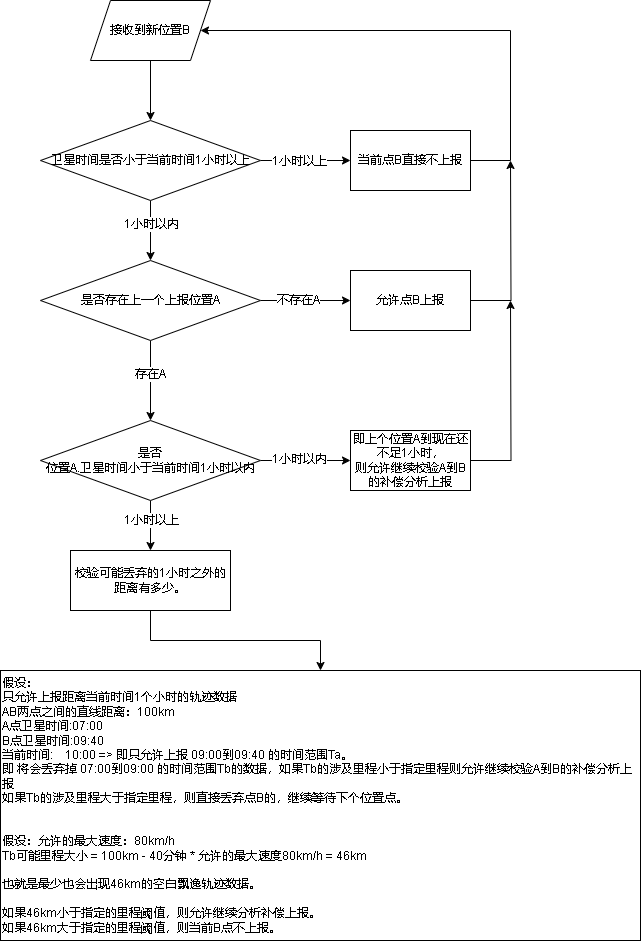
This is 809轨迹时间异常.drawio.png from xktder/draw, a draw.io export, as it was before one commit. Source tidied: cells renumbered, new cells last; positions are measured from the earlier drawing's top-left corner, leaving out a move shared by most shapes.
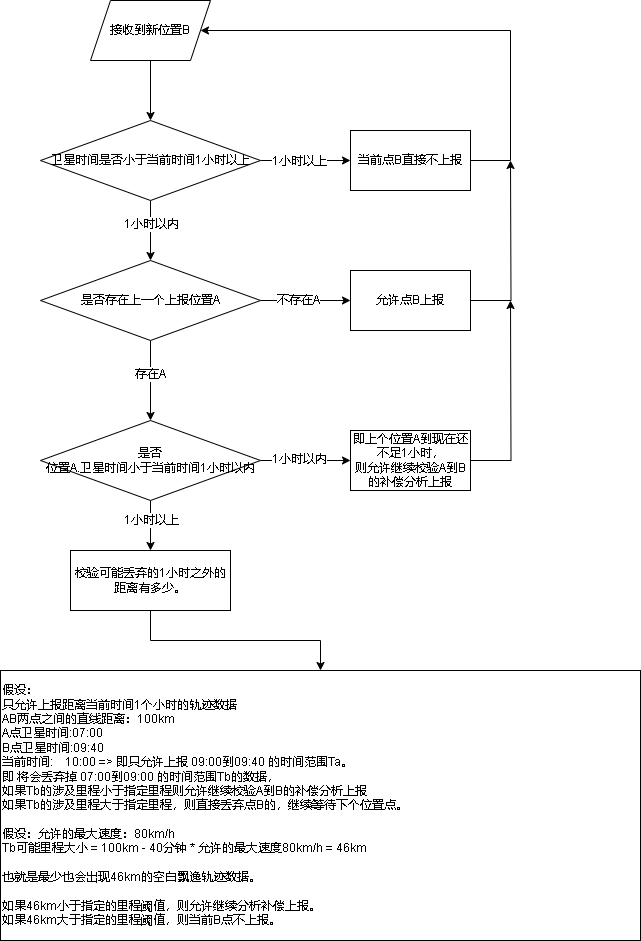
After the change.

Commit message:
更新809轨迹时间异常.drawio.png

What changed in the source:
```diff
@@ -86,7 +86,7 @@
     <mxCell id="26" value="校验可能丢弃的1小时之外的距离有多少。" style="rounded=0;whiteSpace=wrap;html=1;" parent="1" vertex="1">
       <mxGeometry x="70" y="550" width="160" height="60" as="geometry" />
     </mxCell>
-    <mxCell id="27" value="&lt;div&gt;假设：&lt;/div&gt;&lt;div&gt;只允许上报距离当前时间1个小时的轨迹数据&lt;span style=&quot;&quot;&gt;&lt;/span&gt;&lt;/div&gt;&lt;div&gt;&lt;span style=&quot;&quot;&gt;AB两点之间的直线距离：100km&lt;/span&gt;&lt;/div&gt;&lt;div&gt;&lt;span style=&quot;&quot;&gt;A点卫星时间:07:00&lt;/span&gt;&lt;/div&gt;&lt;div&gt;&lt;span style=&quot;&quot;&gt;B点卫星时间:09:40&lt;/span&gt;&lt;/div&gt;&lt;div&gt;&lt;span style=&quot;&quot;&gt;当前时间:&lt;span style=&quot;&quot;&gt;&lt;span style=&quot;white-space: pre;&quot;&gt;&amp;nbsp;&amp;nbsp;&amp;nbsp;&amp;nbsp;&lt;/span&gt;&lt;/span&gt;10:00 =&amp;gt; 即只允许上报 09:00到09:40 的时间范围Ta。&lt;/span&gt;&lt;/div&gt;&lt;div&gt;&lt;span style=&quot;&quot;&gt;即 将会丢弃掉 07:00到09:00 的时间范围Tb的数据，如果Tb的涉及里程小于指定里程则允许继续校验A到B的补偿分析上报&lt;/span&gt;&lt;/div&gt;&lt;div&gt;&lt;span style=&quot;&quot;&gt;如果Tb的涉及里程大于指定里程，则直接丢弃点B的，继续等待下个位置点。&lt;/span&gt;&lt;/div&gt;&lt;div&gt;&lt;span style=&quot;&quot;&gt;&lt;span style=&quot;white-space: pre;&quot;&gt;&amp;nbsp;&amp;nbsp;&amp;nbsp;&amp;nbsp;&lt;/span&gt;&lt;span style=&quot;white-space: pre;&quot;&gt;&amp;nbsp;&amp;nbsp;&amp;nbsp;&amp;nbsp;&lt;/span&gt;&lt;span style=&quot;white-space: pre;&quot;&gt;&amp;nbsp;&amp;nbsp;&amp;nbsp;&amp;nbsp;&lt;/span&gt;&lt;span style=&quot;white-space: pre;&quot;&gt;&amp;nbsp;&amp;nbsp;&amp;nbsp;&amp;nbsp;&lt;/span&gt;&lt;span style=&quot;white-space: pre;&quot;&gt;&amp;nbsp;&amp;nbsp;&amp;nbsp;&amp;nbsp;&lt;/span&gt;&lt;span style=&quot;white-space: pre;&quot;&gt;&amp;nbsp;&amp;nbsp;&amp;nbsp;&amp;nbsp;&lt;/span&gt;&lt;span style=&quot;white-space: pre;&quot;&gt;&amp;nbsp;&amp;nbsp;&amp;nbsp;&amp;nbsp;&lt;/span&gt;&lt;span style=&quot;white-space: pre;&quot;&gt;&amp;nbsp;&amp;nbsp;&amp;nbsp;&amp;nbsp;&lt;/span&gt;&lt;span style=&quot;white-space: pre;&quot;&gt;&amp;nbsp;&amp;nbsp;&amp;nbsp;&amp;nbsp;&lt;/span&gt;&lt;span style=&quot;white-space: pre;&quot;&gt;&amp;nbsp;&amp;nbsp;&amp;nbsp;&amp;nbsp;&lt;/span&gt;&lt;span style=&quot;white-space: pre;&quot;&gt;&amp;nbsp;&amp;nbsp;&amp;nbsp;&amp;nbsp;&lt;/span&gt;&lt;span style=&quot;white-space: pre;&quot;&gt;&amp;nbsp;&amp;nbsp;&amp;nbsp;&amp;nbsp;&lt;/span&gt;&lt;span style=&quot;white-space: pre;&quot;&gt;&amp;nbsp;&amp;nbsp;&amp;nbsp;&amp;nbsp;&lt;/span&gt;&lt;span style=&quot;white-space: pre;&quot;&gt;&amp;nbsp;&amp;nbsp;&amp;nbsp;&amp;nbsp;&lt;/span&gt;&lt;span style=&quot;white-space: pre;&quot;&gt;&amp;nbsp;&amp;nbsp;&amp;nbsp;&amp;nbsp;&lt;/span&gt;&lt;span style=&quot;white-space: pre;&quot;&gt;&amp;nbsp;&amp;nbsp;&amp;nbsp;&amp;nbsp;&lt;/span&gt;&lt;span style=&quot;white-space: pre;&quot;&gt;&amp;nbsp;&amp;nbsp;&amp;nbsp;&amp;nbsp;&lt;/span&gt;&lt;span style=&quot;white-space: pre;&quot;&gt;&amp;nbsp;&amp;nbsp;&amp;nbsp;&amp;nbsp;&lt;/span&gt;&lt;/span&gt;&lt;/div&gt;&lt;div&gt;&lt;span style=&quot;&quot;&gt;&lt;span style=&quot;white-space: pre;&quot;&gt;&amp;nbsp;&amp;nbsp;&amp;nbsp;&amp;nbsp;&lt;/span&gt;&lt;span style=&quot;white-space: pre;&quot;&gt;&amp;nbsp;&amp;nbsp;&amp;nbsp;&amp;nbsp;&lt;/span&gt;&lt;span style=&quot;white-space: pre;&quot;&gt;&amp;nbsp;&amp;nbsp;&amp;nbsp;&amp;nbsp;&lt;/span&gt;&lt;span style=&quot;white-space: pre;&quot;&gt;&amp;nbsp;&amp;nbsp;&amp;nbsp;&amp;nbsp;&lt;/span&gt;&lt;span style=&quot;white-space: pre;&quot;&gt;&amp;nbsp;&amp;nbsp;&amp;nbsp;&amp;nbsp;&lt;/span&gt;&lt;span style=&quot;white-space: pre;&quot;&gt;&amp;nbsp;&amp;nbsp;&amp;nbsp;&amp;nbsp;&lt;/span&gt;&lt;span style=&quot;white-space: pre;&quot;&gt;&amp;nbsp;&amp;nbsp;&amp;nbsp;&amp;nbsp;&lt;/span&gt;&lt;span style=&quot;white-space: pre;&quot;&gt;&amp;nbsp;&amp;nbsp;&amp;nbsp;&amp;nbsp;&lt;/span&gt;&lt;span style=&quot;white-space: pre;&quot;&gt;&amp;nbsp;&amp;nbsp;&amp;nbsp;&amp;nbsp;&lt;/span&gt;&lt;span style=&quot;white-space: pre;&quot;&gt;&amp;nbsp;&amp;nbsp;&amp;nbsp;&amp;nbsp;&lt;/span&gt;&lt;span style=&quot;white-space: pre;&quot;&gt;&amp;nbsp;&amp;nbsp;&amp;nbsp;&amp;nbsp;&lt;/span&gt;&lt;span style=&quot;white-space: pre;&quot;&gt;&amp;nbsp;&amp;nbsp;&amp;nbsp;&amp;nbsp;&lt;/span&gt;&lt;span style=&quot;white-space: pre;&quot;&gt;&amp;nbsp;&amp;nbsp;&amp;nbsp;&amp;nbsp;&lt;/span&gt;&lt;span style=&quot;white-space: pre;&quot;&gt;&amp;nbsp;&amp;nbsp;&amp;nbsp;&amp;nbsp;&lt;/span&gt;&lt;span style=&quot;white-space: pre;&quot;&gt;&amp;nbsp;&amp;nbsp;&amp;nbsp;&amp;nbsp;&lt;/span&gt;&lt;span style=&quot;white-space: pre;&quot;&gt;&amp;nbsp;&amp;nbsp;&amp;nbsp;&amp;nbsp;&lt;/span&gt;&lt;span style=&quot;white-space: pre;&quot;&gt;&amp;nbsp;&amp;nbsp;&amp;nbsp;&amp;nbsp;&lt;/span&gt;&lt;span style=&quot;white-space: pre;&quot;&gt;&amp;nbsp;&amp;nbsp;&amp;nbsp;&amp;nbsp;&lt;/span&gt;&lt;/span&gt;&lt;/div&gt;&lt;div&gt;&lt;span style=&quot;&quot;&gt;假设：允许的最大速度：80km/h&lt;/span&gt;&lt;/div&gt;&lt;div&gt;&lt;span style=&quot;&quot;&gt;Tb可能里程大小 = 100km - 40分钟 * 允许的最大速度80km/h = 46km&lt;/span&gt;&lt;/div&gt;&lt;div&gt;&lt;span style=&quot;&quot;&gt;&lt;span style=&quot;white-space: pre;&quot;&gt;&amp;nbsp;&amp;nbsp;&amp;nbsp;&amp;nbsp;&lt;/span&gt;&lt;span style=&quot;white-space: pre;&quot;&gt;&amp;nbsp;&amp;nbsp;&amp;nbsp;&amp;nbsp;&lt;/span&gt;&lt;span style=&quot;white-space: pre;&quot;&gt;&amp;nbsp;&amp;nbsp;&amp;nbsp;&amp;nbsp;&lt;/span&gt;&lt;span style=&quot;white-space: pre;&quot;&gt;&amp;nbsp;&amp;nbsp;&amp;nbsp;&amp;nbsp;&lt;/span&gt;&lt;span style=&quot;white-space: pre;&quot;&gt;&amp;nbsp;&amp;nbsp;&amp;nbsp;&amp;nbsp;&lt;/span&gt;&lt;span style=&quot;white-space: pre;&quot;&gt;&amp;nbsp;&amp;nbsp;&amp;nbsp;&amp;nbsp;&lt;/span&gt;&lt;span style=&quot;white-space: pre;&quot;&gt;&amp;nbsp;&amp;nbsp;&amp;nbsp;&amp;nbsp;&lt;/span&gt;&lt;span style=&quot;white-space: pre;&quot;&gt;&amp;nbsp;&amp;nbsp;&amp;nbsp;&amp;nbsp;&lt;/span&gt;&lt;span style=&quot;white-space: pre;&quot;&gt;&amp;nbsp;&amp;nbsp;&amp;nbsp;&amp;nbsp;&lt;/span&gt;&lt;span style=&quot;white-space: pre;&quot;&gt;&amp;nbsp;&amp;nbsp;&amp;nbsp;&amp;nbsp;&lt;/span&gt;&lt;span style=&quot;white-space: pre;&quot;&gt;&amp;nbsp;&amp;nbsp;&amp;nbsp;&amp;nbsp;&lt;/span&gt;&lt;span style=&quot;white-space: pre;&quot;&gt;&amp;nbsp;&amp;nbsp;&amp;nbsp;&amp;nbsp;&lt;/span&gt;&lt;span style=&quot;white-space: pre;&quot;&gt;&amp;nbsp;&amp;nbsp;&amp;nbsp;&amp;nbsp;&lt;/span&gt;&lt;span style=&quot;white-space: pre;&quot;&gt;&amp;nbsp;&amp;nbsp;&amp;nbsp;&amp;nbsp;&lt;/span&gt;&lt;span style=&quot;white-space: pre;&quot;&gt;&amp;nbsp;&amp;nbsp;&amp;nbsp;&amp;nbsp;&lt;/span&gt;&lt;span style=&quot;white-space: pre;&quot;&gt;&amp;nbsp;&amp;nbsp;&amp;nbsp;&amp;nbsp;&lt;/span&gt;&lt;span style=&quot;white-space: pre;&quot;&gt;&amp;nbsp;&amp;nbsp;&amp;nbsp;&amp;nbsp;&lt;/span&gt;&lt;span style=&quot;white-space: pre;&quot;&gt;&amp;nbsp;&amp;nbsp;&amp;nbsp;&amp;nbsp;&lt;/span&gt;&lt;/span&gt;&lt;/div&gt;&lt;div&gt;&lt;span style=&quot;&quot;&gt;也就是最少也会出现46km的空白飘逸轨迹数据。&lt;/span&gt;&lt;/div&gt;&lt;div&gt;&lt;span style=&quot;&quot;&gt;&lt;span style=&quot;white-space: pre;&quot;&gt;&amp;nbsp;&amp;nbsp;&amp;nbsp;&amp;nbsp;&lt;/span&gt;&lt;span style=&quot;white-space: pre;&quot;&gt;&amp;nbsp;&amp;nbsp;&amp;nbsp;&amp;nbsp;&lt;/span&gt;&lt;span style=&quot;white-space: pre;&quot;&gt;&amp;nbsp;&amp;nbsp;&amp;nbsp;&amp;nbsp;&lt;/span&gt;&lt;span style=&quot;white-space: pre;&quot;&gt;&amp;nbsp;&amp;nbsp;&amp;nbsp;&amp;nbsp;&lt;/span&gt;&lt;span style=&quot;white-space: pre;&quot;&gt;&amp;nbsp;&amp;nbsp;&amp;nbsp;&amp;nbsp;&lt;/span&gt;&lt;span style=&quot;white-space: pre;&quot;&gt;&amp;nbsp;&amp;nbsp;&amp;nbsp;&amp;nbsp;&lt;/span&gt;&lt;span style=&quot;white-space: pre;&quot;&gt;&amp;nbsp;&amp;nbsp;&amp;nbsp;&amp;nbsp;&lt;/span&gt;&lt;span style=&quot;white-space: pre;&quot;&gt;&amp;nbsp;&amp;nbsp;&amp;nbsp;&amp;nbsp;&lt;/span&gt;&lt;span style=&quot;white-space: pre;&quot;&gt;&amp;nbsp;&amp;nbsp;&amp;nbsp;&amp;nbsp;&lt;/span&gt;&lt;span style=&quot;white-space: pre;&quot;&gt;&amp;nbsp;&amp;nbsp;&amp;nbsp;&amp;nbsp;&lt;/span&gt;&lt;span style=&quot;white-space: pre;&quot;&gt;&amp;nbsp;&amp;nbsp;&amp;nbsp;&amp;nbsp;&lt;/span&gt;&lt;span style=&quot;white-space: pre;&quot;&gt;&amp;nbsp;&amp;nbsp;&amp;nbsp;&amp;nbsp;&lt;/span&gt;&lt;span style=&quot;white-space: pre;&quot;&gt;&amp;nbsp;&amp;nbsp;&amp;nbsp;&amp;nbsp;&lt;/span&gt;&lt;span style=&quot;white-space: pre;&quot;&gt;&amp;nbsp;&amp;nbsp;&amp;nbsp;&amp;nbsp;&lt;/span&gt;&lt;span style=&quot;white-space: pre;&quot;&gt;&amp;nbsp;&amp;nbsp;&amp;nbsp;&amp;nbsp;&lt;/span&gt;&lt;span style=&quot;white-space: pre;&quot;&gt;&amp;nbsp;&amp;nbsp;&amp;nbsp;&amp;nbsp;&lt;/span&gt;&lt;span style=&quot;white-space: pre;&quot;&gt;&amp;nbsp;&amp;nbsp;&amp;nbsp;&amp;nbsp;&lt;/span&gt;&lt;span style=&quot;white-space: pre;&quot;&gt;&amp;nbsp;&amp;nbsp;&amp;nbsp;&amp;nbsp;&lt;/span&gt;&lt;/span&gt;&lt;/div&gt;&lt;div&gt;&lt;span style=&quot;&quot;&gt;如果46km小于指定的里程阈值，则允许继续分析补偿上报。&lt;/span&gt;&lt;/div&gt;&lt;div&gt;&lt;span style=&quot;&quot;&gt;如果46km大于指定的里程阈值，则当前B点不上报。&lt;/span&gt;&lt;/div&gt;" style="rounded=0;whiteSpace=wrap;html=1;align=left;" parent="1" vertex="1">
+    <mxCell id="27" value="&lt;div&gt;假设：&lt;/div&gt;&lt;div&gt;只允许上报距离当前时间1个小时的轨迹数据&lt;span style=&quot;&quot;&gt;&lt;/span&gt;&lt;/div&gt;&lt;div&gt;&lt;span style=&quot;&quot;&gt;AB两点之间的直线距离：100km&lt;/span&gt;&lt;/div&gt;&lt;div&gt;&lt;span style=&quot;&quot;&gt;A点卫星时间:07:00&lt;/span&gt;&lt;/div&gt;&lt;div&gt;&lt;span style=&quot;&quot;&gt;B点卫星时间:09:40&lt;/span&gt;&lt;/div&gt;&lt;div&gt;&lt;span style=&quot;&quot;&gt;当前时间:&lt;span style=&quot;&quot;&gt;&lt;span style=&quot;white-space: pre;&quot;&gt;&amp;nbsp;&amp;nbsp;&amp;nbsp;&amp;nbsp;&lt;/span&gt;&lt;/span&gt;10:00 =&amp;gt; 即只允许上报 09:00到09:40 的时间范围Ta。&lt;/span&gt;&lt;/div&gt;&lt;div&gt;&lt;span style=&quot;&quot;&gt;即 将会丢弃掉 07:00到09:00 的时间范围Tb的数据，&lt;/span&gt;&lt;/div&gt;&lt;div&gt;&lt;span style=&quot;&quot;&gt;如果Tb的涉及里程小于指定里程则允许继续校验A到B的补偿分析上报&lt;/span&gt;&lt;/div&gt;&lt;div&gt;&lt;span style=&quot;&quot;&gt;如果Tb的涉及里程大于指定里程，则直接丢弃点B的，继续等待下个位置点。&lt;/span&gt;&lt;/div&gt;&lt;div&gt;&lt;span style=&quot;&quot;&gt;&lt;span style=&quot;white-space: pre;&quot;&gt;&amp;nbsp;&amp;nbsp;&amp;nbsp;&amp;nbsp;&lt;/span&gt;&lt;span style=&quot;white-space: pre;&quot;&gt;&amp;nbsp;&amp;nbsp;&amp;nbsp;&amp;nbsp;&lt;/span&gt;&lt;span style=&quot;white-space: pre;&quot;&gt;&amp;nbsp;&amp;nbsp;&amp;nbsp;&amp;nbsp;&lt;/span&gt;&lt;span style=&quot;white-space: pre;&quot;&gt;&amp;nbsp;&amp;nbsp;&amp;nbsp;&amp;nbsp;&lt;/span&gt;&lt;span style=&quot;white-space: pre;&quot;&gt;&amp;nbsp;&amp;nbsp;&amp;nbsp;&amp;nbsp;&lt;/span&gt;&lt;span style=&quot;white-space: pre;&quot;&gt;&amp;nbsp;&amp;nbsp;&amp;nbsp;&amp;nbsp;&lt;/span&gt;&lt;span style=&quot;white-space: pre;&quot;&gt;&amp;nbsp;&amp;nbsp;&amp;nbsp;&amp;nbsp;&lt;/span&gt;&lt;span style=&quot;white-space: pre;&quot;&gt;&amp;nbsp;&amp;nbsp;&amp;nbsp;&amp;nbsp;&lt;/span&gt;&lt;span style=&quot;white-space: pre;&quot;&gt;&amp;nbsp;&amp;nbsp;&amp;nbsp;&amp;nbsp;&lt;/span&gt;&lt;span style=&quot;white-space: pre;&quot;&gt;&amp;nbsp;&amp;nbsp;&amp;nbsp;&amp;nbsp;&lt;/span&gt;&lt;span style=&quot;white-space: pre;&quot;&gt;&amp;nbsp;&amp;nbsp;&amp;nbsp;&amp;nbsp;&lt;/span&gt;&lt;span style=&quot;white-space: pre;&quot;&gt;&amp;nbsp;&amp;nbsp;&amp;nbsp;&amp;nbsp;&lt;/span&gt;&lt;span style=&quot;white-space: pre;&quot;&gt;&amp;nbsp;&amp;nbsp;&amp;nbsp;&amp;nbsp;&lt;/span&gt;&lt;span style=&quot;white-space: pre;&quot;&gt;&amp;nbsp;&amp;nbsp;&amp;nbsp;&amp;nbsp;&lt;/span&gt;&lt;span style=&quot;white-space: pre;&quot;&gt;&amp;nbsp;&amp;nbsp;&amp;nbsp;&amp;nbsp;&lt;/span&gt;&lt;span style=&quot;white-space: pre;&quot;&gt;&amp;nbsp;&amp;nbsp;&amp;nbsp;&amp;nbsp;&lt;/span&gt;&lt;span style=&quot;white-space: pre;&quot;&gt;&amp;nbsp;&amp;nbsp;&amp;nbsp;&amp;nbsp;&lt;/span&gt;&lt;span style=&quot;white-space: pre;&quot;&gt;&amp;nbsp;&amp;nbsp;&amp;nbsp;&amp;nbsp;&lt;/span&gt;&lt;/span&gt;&lt;/div&gt;&lt;div&gt;&lt;span style=&quot;&quot;&gt;假设：允许的最大速度：80km/h&lt;/span&gt;&lt;/div&gt;&lt;div&gt;&lt;span style=&quot;&quot;&gt;Tb可能里程大小 = 100km - 40分钟 * 允许的最大速度80km/h = 46km&lt;/span&gt;&lt;/div&gt;&lt;div&gt;&lt;span style=&quot;&quot;&gt;&lt;span style=&quot;white-space: pre;&quot;&gt;&amp;nbsp;&amp;nbsp;&amp;nbsp;&amp;nbsp;&lt;/span&gt;&lt;span style=&quot;white-space: pre;&quot;&gt;&amp;nbsp;&amp;nbsp;&amp;nbsp;&amp;nbsp;&lt;/span&gt;&lt;span style=&quot;white-space: pre;&quot;&gt;&amp;nbsp;&amp;nbsp;&amp;nbsp;&amp;nbsp;&lt;/span&gt;&lt;span style=&quot;white-space: pre;&quot;&gt;&amp;nbsp;&amp;nbsp;&amp;nbsp;&amp;nbsp;&lt;/span&gt;&lt;span style=&quot;white-space: pre;&quot;&gt;&amp;nbsp;&amp;nbsp;&amp;nbsp;&amp;nbsp;&lt;/span&gt;&lt;span style=&quot;white-space: pre;&quot;&gt;&amp;nbsp;&amp;nbsp;&amp;nbsp;&amp;nbsp;&lt;/span&gt;&lt;span style=&quot;white-space: pre;&quot;&gt;&amp;nbsp;&amp;nbsp;&amp;nbsp;&amp;nbsp;&lt;/span&gt;&lt;span style=&quot;white-space: pre;&quot;&gt;&amp;nbsp;&amp;nbsp;&amp;nbsp;&amp;nbsp;&lt;/span&gt;&lt;span style=&quot;white-space: pre;&quot;&gt;&amp;nbsp;&amp;nbsp;&amp;nbsp;&amp;nbsp;&lt;/span&gt;&lt;span style=&quot;white-space: pre;&quot;&gt;&amp;nbsp;&amp;nbsp;&amp;nbsp;&amp;nbsp;&lt;/span&gt;&lt;span style=&quot;white-space: pre;&quot;&gt;&amp;nbsp;&amp;nbsp;&amp;nbsp;&amp;nbsp;&lt;/span&gt;&lt;span style=&quot;white-space: pre;&quot;&gt;&amp;nbsp;&amp;nbsp;&amp;nbsp;&amp;nbsp;&lt;/span&gt;&lt;span style=&quot;white-space: pre;&quot;&gt;&amp;nbsp;&amp;nbsp;&amp;nbsp;&amp;nbsp;&lt;/span&gt;&lt;span style=&quot;white-space: pre;&quot;&gt;&amp;nbsp;&amp;nbsp;&amp;nbsp;&amp;nbsp;&lt;/span&gt;&lt;span style=&quot;white-space: pre;&quot;&gt;&amp;nbsp;&amp;nbsp;&amp;nbsp;&amp;nbsp;&lt;/span&gt;&lt;span style=&quot;white-space: pre;&quot;&gt;&amp;nbsp;&amp;nbsp;&amp;nbsp;&amp;nbsp;&lt;/span&gt;&lt;span style=&quot;white-space: pre;&quot;&gt;&amp;nbsp;&amp;nbsp;&amp;nbsp;&amp;nbsp;&lt;/span&gt;&lt;span style=&quot;white-space: pre;&quot;&gt;&amp;nbsp;&amp;nbsp;&amp;nbsp;&amp;nbsp;&lt;/span&gt;&lt;/span&gt;&lt;/div&gt;&lt;div&gt;&lt;span style=&quot;&quot;&gt;也就是最少也会出现46km的空白飘逸轨迹数据。&lt;/span&gt;&lt;/div&gt;&lt;div&gt;&lt;span style=&quot;&quot;&gt;&lt;span style=&quot;white-space: pre;&quot;&gt;&amp;nbsp;&amp;nbsp;&amp;nbsp;&amp;nbsp;&lt;/span&gt;&lt;span style=&quot;white-space: pre;&quot;&gt;&amp;nbsp;&amp;nbsp;&amp;nbsp;&amp;nbsp;&lt;/span&gt;&lt;span style=&quot;white-space: pre;&quot;&gt;&amp;nbsp;&amp;nbsp;&amp;nbsp;&amp;nbsp;&lt;/span&gt;&lt;span style=&quot;white-space: pre;&quot;&gt;&amp;nbsp;&amp;nbsp;&amp;nbsp;&amp;nbsp;&lt;/span&gt;&lt;span style=&quot;white-space: pre;&quot;&gt;&amp;nbsp;&amp;nbsp;&amp;nbsp;&amp;nbsp;&lt;/span&gt;&lt;span style=&quot;white-space: pre;&quot;&gt;&amp;nbsp;&amp;nbsp;&amp;nbsp;&amp;nbsp;&lt;/span&gt;&lt;span style=&quot;white-space: pre;&quot;&gt;&amp;nbsp;&amp;nbsp;&amp;nbsp;&amp;nbsp;&lt;/span&gt;&lt;span style=&quot;white-space: pre;&quot;&gt;&amp;nbsp;&amp;nbsp;&amp;nbsp;&amp;nbsp;&lt;/span&gt;&lt;span style=&quot;white-space: pre;&quot;&gt;&amp;nbsp;&amp;nbsp;&amp;nbsp;&amp;nbsp;&lt;/span&gt;&lt;span style=&quot;white-space: pre;&quot;&gt;&amp;nbsp;&amp;nbsp;&amp;nbsp;&amp;nbsp;&lt;/span&gt;&lt;span style=&quot;white-space: pre;&quot;&gt;&amp;nbsp;&amp;nbsp;&amp;nbsp;&amp;nbsp;&lt;/span&gt;&lt;span style=&quot;white-space: pre;&quot;&gt;&amp;nbsp;&amp;nbsp;&amp;nbsp;&amp;nbsp;&lt;/span&gt;&lt;span style=&quot;white-space: pre;&quot;&gt;&amp;nbsp;&amp;nbsp;&amp;nbsp;&amp;nbsp;&lt;/span&gt;&lt;span style=&quot;white-space: pre;&quot;&gt;&amp;nbsp;&amp;nbsp;&amp;nbsp;&amp;nbsp;&lt;/span&gt;&lt;span style=&quot;white-space: pre;&quot;&gt;&amp;nbsp;&amp;nbsp;&amp;nbsp;&amp;nbsp;&lt;/span&gt;&lt;span style=&quot;white-space: pre;&quot;&gt;&amp;nbsp;&amp;nbsp;&amp;nbsp;&amp;nbsp;&lt;/span&gt;&lt;span style=&quot;white-space: pre;&quot;&gt;&amp;nbsp;&amp;nbsp;&amp;nbsp;&amp;nbsp;&lt;/span&gt;&lt;span style=&quot;white-space: pre;&quot;&gt;&amp;nbsp;&amp;nbsp;&amp;nbsp;&amp;nbsp;&lt;/span&gt;&lt;/span&gt;&lt;/div&gt;&lt;div&gt;&lt;span style=&quot;&quot;&gt;如果46km小于指定的里程阈值，则允许继续分析补偿上报。&lt;/span&gt;&lt;/div&gt;&lt;div&gt;&lt;span style=&quot;&quot;&gt;如果46km大于指定的里程阈值，则当前B点不上报。&lt;/span&gt;&lt;/div&gt;" style="rounded=0;whiteSpace=wrap;html=1;align=left;" parent="1" vertex="1">
       <mxGeometry y="670" width="640" height="270" as="geometry" />
     </mxCell>
   </root>
```
